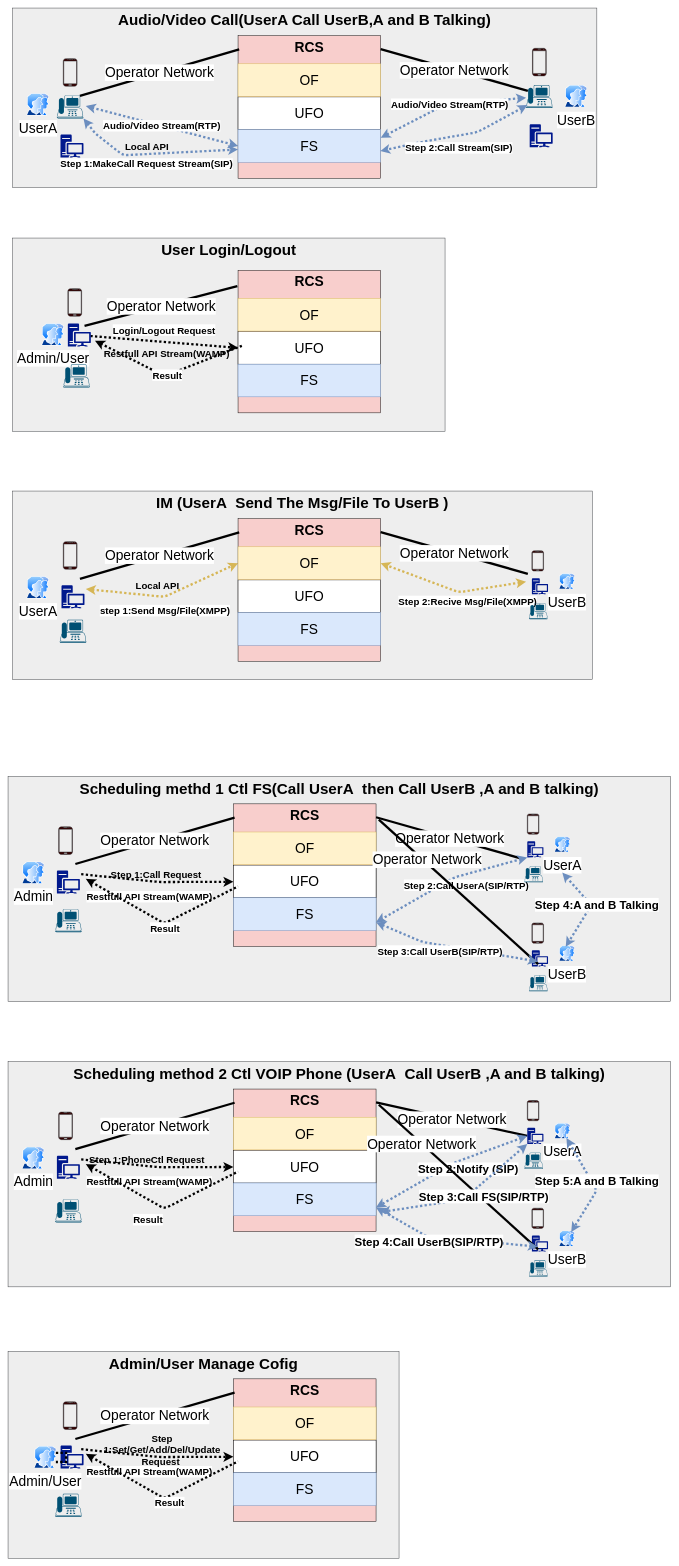
This is RCS 数据流图.drawio from uyuy2043/yy, a draw.io file, before an edit. Source tidied: cells renumbered, new cells numbered last; positions are measured from the earlier drawing's top-left corner, leaving out a move shared by most shapes. Both pictures are drawn from the tidied source at 46%, with x=0, y=0 at pixel (8, 8).
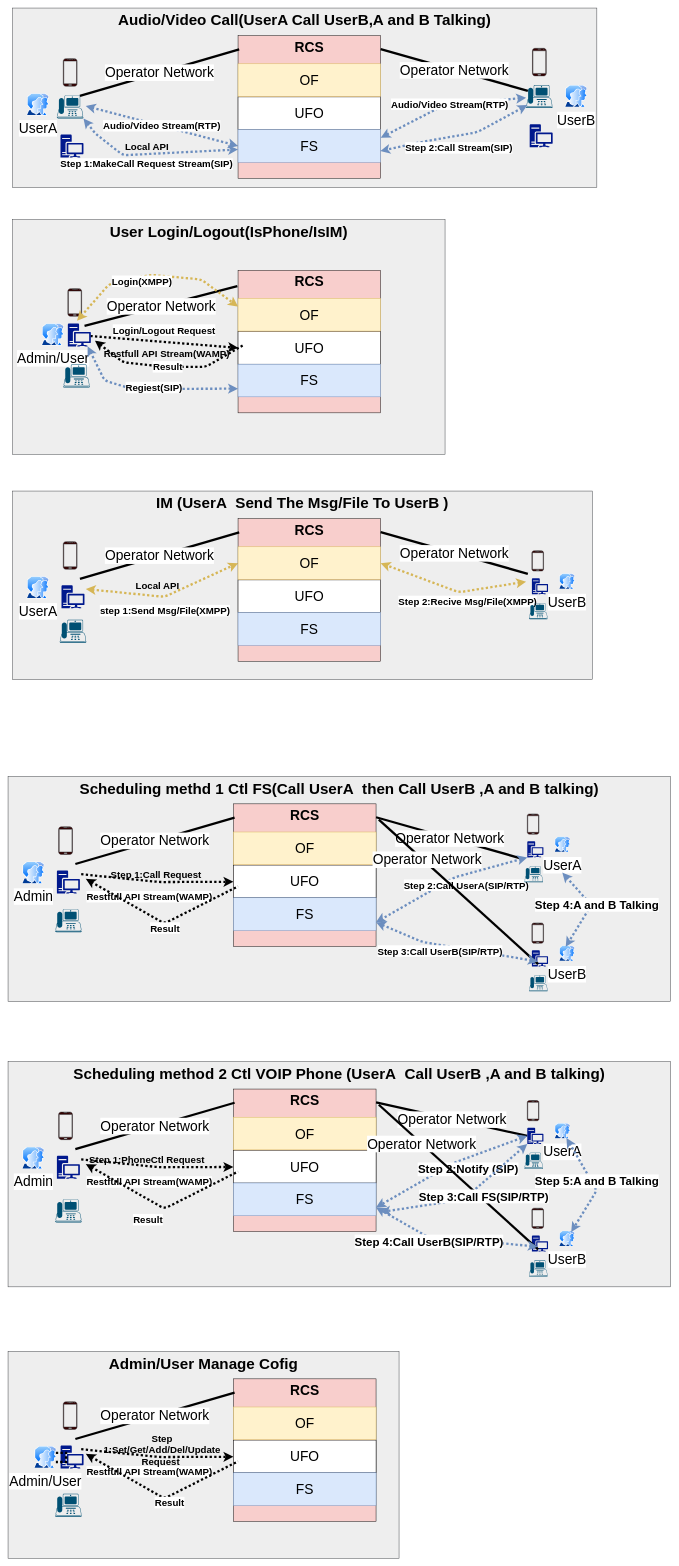
The same diagram, later.

Commit message (it also covers changes not shown here):
更新RCS 数据流图.drawio

Unchanged cells that the change refers to:
```xml
<mxCell id="7" style="shadow=0;dashed=0;html=1;strokeColor=none;labelPosition=center;verticalLabelPosition=bottom;verticalAlign=top;align=center;fillColor=#00188D;shape=mxgraph.mscae.enterprise.workstation_client;rounded=0;fontSize=30;" parent="1" vertex="1">
  <mxGeometry x="130" y="685.8" width="50" height="50" as="geometry" />
</mxCell>
<mxCell id="31" value="FS" style="rounded=0;whiteSpace=wrap;html=1;fillColor=#dae8fc;fontSize=30;align=center;strokeColor=#6c8ebf;" parent="28" vertex="1">
  <mxGeometry y="204.2" width="310" height="71" as="geometry" />
</mxCell>
<mxCell id="32" value="OF" style="rounded=0;whiteSpace=wrap;html=1;fillColor=#fff2cc;fontSize=30;align=center;strokeColor=#d6b656;" parent="28" vertex="1">
  <mxGeometry y="61.2" width="310" height="71" as="geometry" />
</mxCell>
```

Change to the diagram source:
```diff
@@
-    <mxCell id="3" value="User Login/Logout" style="rounded=0;whiteSpace=wrap;html=1;fillColor=#eeeeee;strokeColor=#36393d;horizontal=1;align=center;verticalAlign=top;fontSize=33;fontStyle=1;" parent="1" vertex="1">
-      <mxGeometry x="10" y="500" width="940" height="420" as="geometry" />
+    <mxCell id="3" value="User Login/Logout(IsPhone/IsIM)" style="rounded=0;whiteSpace=wrap;html=1;fillColor=#eeeeee;strokeColor=#36393d;horizontal=1;align=center;verticalAlign=top;fontSize=33;fontStyle=1;" parent="1" vertex="1">
+      <mxGeometry x="10" y="460" width="940" height="510" as="geometry" />
     </mxCell>
@@
     <mxCell id="33" value="Result" style="endArrow=none;html=1;fontSize=21;strokeWidth=5;exitX=1.091;exitY=0.46;exitDx=0;exitDy=0;entryX=0;entryY=0.5;entryDx=0;entryDy=0;exitPerimeter=0;startArrow=classic;startFill=1;endFill=0;dashed=1;dashPattern=1 1;fontStyle=1;" parent="1" edge="1">
       <mxGeometry relative="1" as="geometry">
         <mxPoint x="189" y="723" as="sourcePoint" />
         <mxPoint x="510" y="733.7" as="targetPoint" />
         <Array as="points">
-          <mxPoint x="340" y="800" />
+          <mxPoint x="250" y="770" />
+          <mxPoint x="340" y="780" />
+          <mxPoint x="430" y="780" />
         </Array>
       </mxGeometry>
     </mxCell>
@@
+    <mxCell id="131" value="Regiest(SIP)" style="endArrow=classic;html=1;fontSize=21;strokeWidth=5;exitX=0.86;exitY=0.99;exitDx=0;exitDy=0;entryX=0;entryY=0.75;entryDx=0;entryDy=0;exitPerimeter=0;startArrow=classic;startFill=1;endFill=1;dashed=1;dashPattern=1 1;fontStyle=1;fillColor=#dae8fc;strokeColor=#6c8ebf;" parent="1" edge="1" source="7" target="31">
+      <mxGeometry x="-0.32" y="50" relative="1" as="geometry">
+        <Array as="points">
+          <mxPoint x="210" y="810" />
+          <mxPoint x="270" y="828" />
+        </Array>
+        <mxPoint x="50" y="50" as="offset" />
+      </mxGeometry>
+    </mxCell>
+    <mxCell id="132" value="Login(XMPP)" style="endArrow=classic;html=1;fontSize=21;strokeWidth=5;exitX=0.149;exitY=0.431;exitDx=0;exitDy=0;entryX=0;entryY=0.25;entryDx=0;entryDy=0;exitPerimeter=0;startArrow=classic;startFill=1;endFill=1;dashed=1;dashPattern=1 1;fontStyle=1;fillColor=#fff2cc;strokeColor=#d6b656;" parent="1" edge="1" source="3" target="32">
+      <mxGeometry x="-0.32" y="50" relative="1" as="geometry">
+        <Array as="points">
+          <mxPoint x="220" y="600" />
+          <mxPoint x="310" y="580" />
+          <mxPoint x="420" y="590" />
+        </Array>
+        <mxPoint x="50" y="50" as="offset" />
+      </mxGeometry>
+    </mxCell>
```
